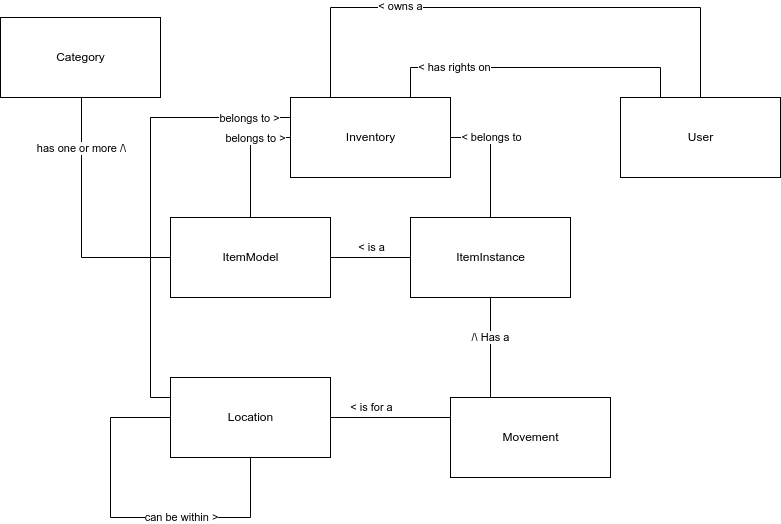
The draw.io diagram docs/images/spec/model.png in PDG-2023/Project, before a commit. Source tidied: cells renumbered, new cells last; positions are measured from the earlier drawing's top-left corner, leaving out a move shared by most shapes. Its diagram source:
```xml
<mxGraphModel>
  <root>
    <mxCell id="0" />
    <mxCell id="1" parent="0" />
    <mxCell id="2" style="edgeStyle=orthogonalEdgeStyle;rounded=0;jettySize=auto;html=1;exitX=1;exitY=0.5;exitDx=0;exitDy=0;endArrow=none;endFill=0;" parent="1" edge="1" source="8" target="13">
      <mxGeometry relative="1" as="geometry" />
    </mxCell>
    <mxCell id="3" value="&amp;lt; is a" style="edgeLabel;html=1;align=center;verticalAlign=middle;" parent="2" vertex="1">
      <mxGeometry x="-0.82" relative="1" as="geometry">
        <mxPoint x="33" y="-10" as="offset" />
      </mxGeometry>
    </mxCell>
    <mxCell id="4" style="edgeStyle=orthogonalEdgeStyle;rounded=0;jettySize=auto;html=1;exitX=0.5;exitY=0;exitDx=0;exitDy=0;entryX=0;entryY=0.5;entryDx=0;entryDy=0;endArrow=none;endFill=0;" parent="1" edge="1" source="8" target="22">
      <mxGeometry relative="1" as="geometry" />
    </mxCell>
    <mxCell id="5" value="belongs to &amp;gt;" style="edgeLabel;html=1;align=center;verticalAlign=middle;" parent="4" vertex="1">
      <mxGeometry x="0.41" y="-1" relative="1" as="geometry" />
    </mxCell>
    <mxCell id="6" style="edgeStyle=orthogonalEdgeStyle;rounded=0;orthogonalLoop=1;jettySize=auto;html=1;exitX=0;exitY=0.5;exitDx=0;exitDy=0;endArrow=none;endFill=0;" parent="1" edge="1">
      <mxGeometry relative="1" as="geometry">
        <mxPoint x="171" y="250" as="sourcePoint" />
        <mxPoint x="81" y="90" as="targetPoint" />
      </mxGeometry>
    </mxCell>
    <mxCell id="7" value="has one or more /\" style="edgeLabel;html=1;align=center;verticalAlign=middle;" parent="6" vertex="1">
      <mxGeometry x="0.74" y="-3" relative="1" as="geometry">
        <mxPoint x="-3" y="18" as="offset" />
      </mxGeometry>
    </mxCell>
    <mxCell id="8" value="ItemModel" style="html=1;" parent="1" vertex="1">
      <mxGeometry x="170" y="210" width="160" height="80" as="geometry" />
    </mxCell>
    <mxCell id="9" style="edgeStyle=orthogonalEdgeStyle;rounded=0;jettySize=auto;html=1;exitX=0.5;exitY=1;exitDx=0;exitDy=0;entryX=0.25;entryY=0;entryDx=0;entryDy=0;endArrow=none;endFill=0;" parent="1" edge="1" source="13" target="19">
      <mxGeometry relative="1" as="geometry" />
    </mxCell>
    <mxCell id="10" value="/\ Has a" style="edgeLabel;html=1;align=center;verticalAlign=middle;" parent="9" vertex="1">
      <mxGeometry x="-0.8" relative="1" as="geometry">
        <mxPoint y="30" as="offset" />
      </mxGeometry>
    </mxCell>
    <mxCell id="11" style="edgeStyle=orthogonalEdgeStyle;rounded=0;jettySize=auto;html=1;exitX=0.5;exitY=0;exitDx=0;exitDy=0;entryX=1;entryY=0.5;entryDx=0;entryDy=0;endArrow=none;endFill=0;" parent="1" edge="1" source="13" target="22">
      <mxGeometry relative="1" as="geometry" />
    </mxCell>
    <mxCell id="12" value="&amp;lt; belongs to" style="edgeLabel;html=1;align=center;verticalAlign=middle;" parent="11" vertex="1">
      <mxGeometry x="0.45" y="1" relative="1" as="geometry">
        <mxPoint x="7" y="-1" as="offset" />
      </mxGeometry>
    </mxCell>
    <mxCell id="13" value="ItemInstance" style="html=1;" parent="1" vertex="1">
      <mxGeometry x="410" y="210" width="160" height="80" as="geometry" />
    </mxCell>
    <mxCell id="14" style="edgeStyle=orthogonalEdgeStyle;rounded=0;jettySize=auto;html=1;exitX=1;exitY=0.5;exitDx=0;exitDy=0;entryX=0;entryY=0.25;entryDx=0;entryDy=0;endArrow=none;endFill=0;" parent="1" edge="1" source="18" target="19">
      <mxGeometry relative="1" as="geometry" />
    </mxCell>
    <mxCell id="15" value="&amp;lt; is for a" style="edgeLabel;html=1;align=center;verticalAlign=middle;" parent="14" vertex="1">
      <mxGeometry x="-0.77" y="-1" relative="1" as="geometry">
        <mxPoint x="27" y="-11" as="offset" />
      </mxGeometry>
    </mxCell>
    <mxCell id="16" style="edgeStyle=orthogonalEdgeStyle;rounded=0;jettySize=auto;html=1;exitX=0;exitY=0.25;exitDx=0;exitDy=0;entryX=0;entryY=0.25;entryDx=0;entryDy=0;endArrow=none;endFill=0;" parent="1" edge="1" source="18" target="22">
      <mxGeometry relative="1" as="geometry" />
    </mxCell>
    <mxCell id="17" value="belongs to &amp;gt;" style="edgeLabel;html=1;align=center;verticalAlign=middle;" parent="16" vertex="1">
      <mxGeometry x="0.81" y="-1" relative="1" as="geometry" />
    </mxCell>
    <mxCell id="18" value="Location" style="html=1;" parent="1" vertex="1">
      <mxGeometry x="170" y="370" width="160" height="80" as="geometry" />
    </mxCell>
    <mxCell id="19" value="Movement" style="html=1;" parent="1" vertex="1">
      <mxGeometry x="450" y="390" width="160" height="80" as="geometry" />
    </mxCell>
    <mxCell id="20" style="edgeStyle=orthogonalEdgeStyle;rounded=0;orthogonalLoop=1;jettySize=auto;html=1;exitX=0;exitY=0.5;exitDx=0;exitDy=0;entryX=0.5;entryY=1;entryDx=0;entryDy=0;endArrow=none;endFill=0;" parent="1" edge="1" source="18" target="18">
      <mxGeometry relative="1" as="geometry">
        <Array as="points">
          <mxPoint x="110" y="410" />
          <mxPoint x="110" y="510" />
          <mxPoint x="250" y="510" />
        </Array>
      </mxGeometry>
    </mxCell>
    <mxCell id="21" value="can be within &amp;gt;" style="edgeLabel;html=1;align=center;verticalAlign=middle;" parent="20" vertex="1">
      <mxGeometry x="0.19" y="2" relative="1" as="geometry">
        <mxPoint x="17" y="2" as="offset" />
      </mxGeometry>
    </mxCell>
    <mxCell id="22" value="Inventory" style="html=1;" parent="1" vertex="1">
      <mxGeometry x="290" y="90" width="160" height="80" as="geometry" />
    </mxCell>
    <mxCell id="23" style="edgeStyle=orthogonalEdgeStyle;rounded=0;jettySize=auto;html=1;exitX=0.5;exitY=0;exitDx=0;exitDy=0;entryX=0.25;entryY=0;entryDx=0;entryDy=0;endArrow=none;endFill=0;" parent="1" edge="1" source="27" target="22">
      <mxGeometry relative="1" as="geometry">
        <Array as="points">
          <mxPoint x="700" />
          <mxPoint x="330" />
        </Array>
      </mxGeometry>
    </mxCell>
    <mxCell id="24" value="&amp;lt; owns a" style="edgeLabel;html=1;align=center;verticalAlign=middle;" parent="23" vertex="1">
      <mxGeometry x="0.42" y="-1" relative="1" as="geometry" />
    </mxCell>
    <mxCell id="25" style="edgeStyle=orthogonalEdgeStyle;rounded=0;jettySize=auto;html=1;exitX=0.25;exitY=0;exitDx=0;exitDy=0;entryX=0.75;entryY=0;entryDx=0;entryDy=0;endArrow=none;endFill=0;" parent="1" edge="1" source="27" target="22">
      <mxGeometry relative="1" as="geometry">
        <Array as="points">
          <mxPoint x="660" y="60" />
          <mxPoint x="410" y="60" />
        </Array>
      </mxGeometry>
    </mxCell>
    <mxCell id="26" value="&amp;lt; has rights on" style="edgeLabel;html=1;align=center;verticalAlign=middle;" parent="25" vertex="1">
      <mxGeometry x="0.53" y="-3" relative="1" as="geometry">
        <mxPoint y="3" as="offset" />
      </mxGeometry>
    </mxCell>
    <mxCell id="27" value="User" style="html=1;" parent="1" vertex="1">
      <mxGeometry x="620" y="90" width="160" height="80" as="geometry" />
    </mxCell>
    <mxCell id="28" value="Category" style="html=1;" parent="1" vertex="1">
      <mxGeometry y="10" width="160" height="80" as="geometry" />
    </mxCell>
  </root>
</mxGraphModel>
```
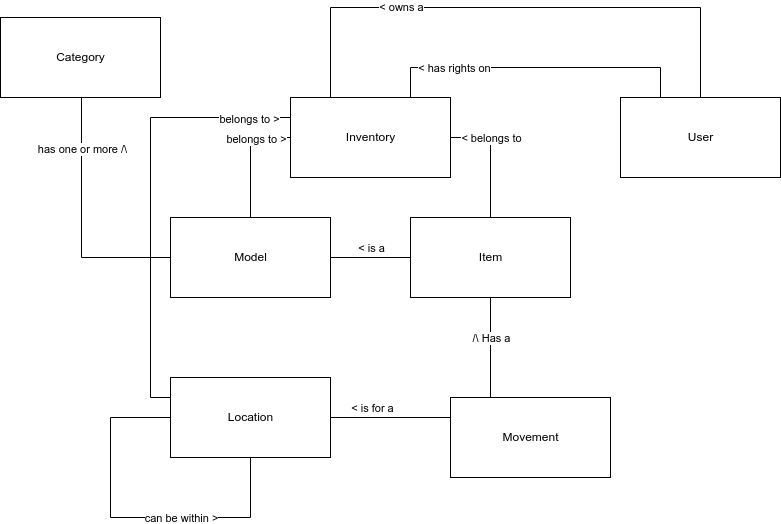
Later version of the same file.

Change to the diagram source:
```diff
@@ -27,7 +27,7 @@
         <mxPoint x="-3" y="18" as="offset" />
       </mxGeometry>
     </mxCell>
-    <mxCell id="8" value="ItemModel" style="html=1;" parent="1" vertex="1">
+    <mxCell id="8" value="Model" style="html=1;" parent="1" vertex="1">
       <mxGeometry x="170" y="210" width="160" height="80" as="geometry" />
     </mxCell>
     <mxCell id="9" style="edgeStyle=orthogonalEdgeStyle;rounded=0;jettySize=auto;html=1;exitX=0.5;exitY=1;exitDx=0;exitDy=0;entryX=0.25;entryY=0;entryDx=0;entryDy=0;endArrow=none;endFill=0;" parent="1" edge="1" source="13" target="19">
@@ -46,7 +46,7 @@
         <mxPoint x="7" y="-1" as="offset" />
       </mxGeometry>
     </mxCell>
-    <mxCell id="13" value="ItemInstance" style="html=1;" parent="1" vertex="1">
+    <mxCell id="13" value="Item" style="html=1;" parent="1" vertex="1">
       <mxGeometry x="410" y="210" width="160" height="80" as="geometry" />
     </mxCell>
     <mxCell id="14" style="edgeStyle=orthogonalEdgeStyle;rounded=0;jettySize=auto;html=1;exitX=1;exitY=0.5;exitDx=0;exitDy=0;entryX=0;entryY=0.25;entryDx=0;entryDy=0;endArrow=none;endFill=0;" parent="1" edge="1" source="18" target="19">
```
